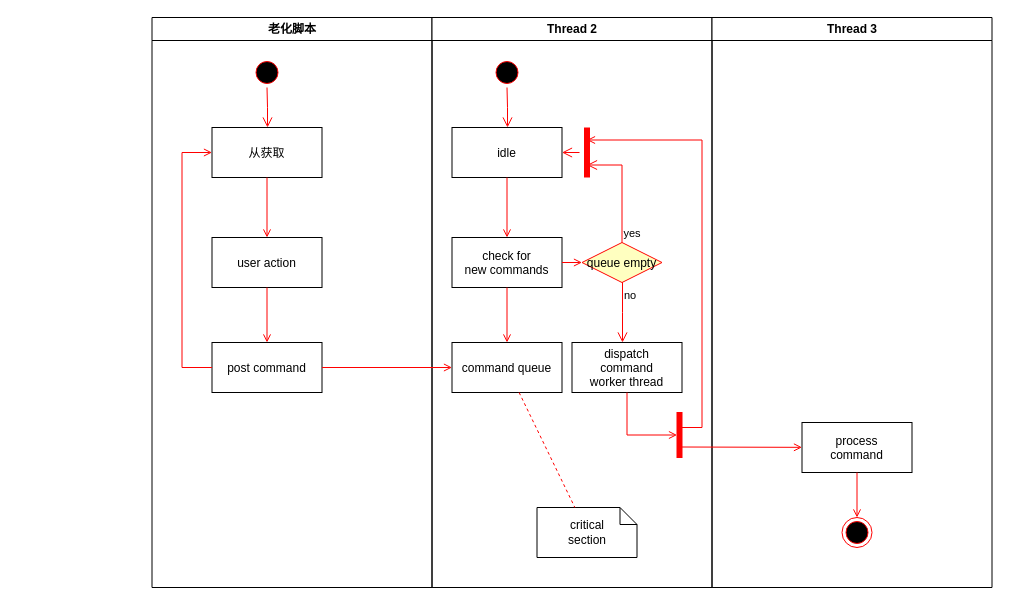
The draw.io diagram age_tool_install.drawio in bitdswrdl/age_tool, before the edit. Source tidied: cells renumbered, new cells numbered last; positions are measured from the earlier drawing's top-left corner, leaving out a move shared by most shapes. Both pictures are drawn from the tidied source at 100%, with x=0, y=0 at pixel (151, 17).
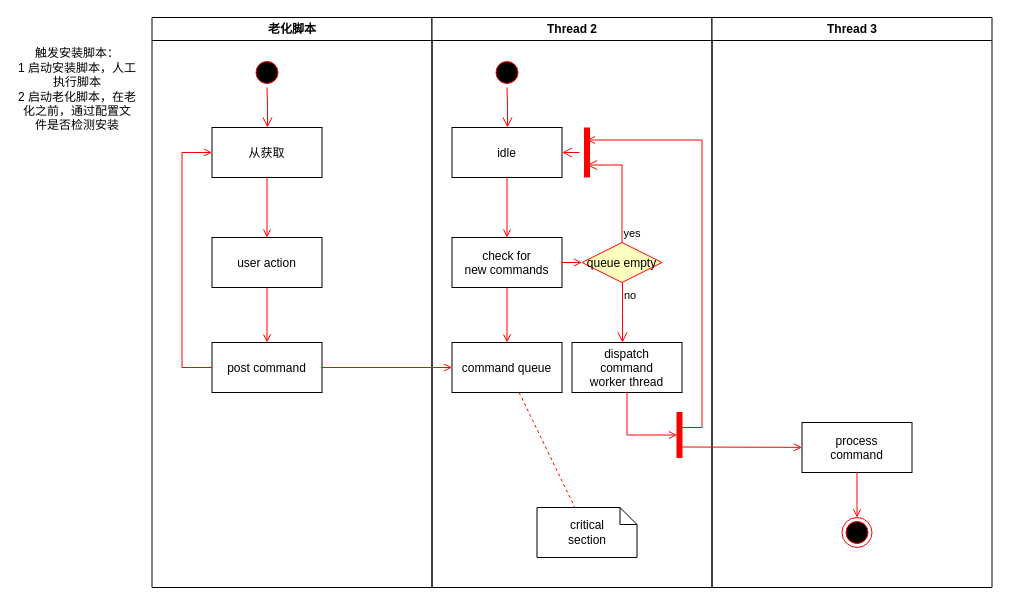
Above is the later version.

Commit message:
trig the shell to install aging tools

Change to the diagram source:
```diff
@@
+    <mxCell id="37" value="触发安装脚本：&lt;br&gt;1 启动安装脚本，人工执行脚本&lt;br&gt;2 启动老化脚本，在老化之前，通过配置文件是否检测安装" style="text;html=1;strokeColor=none;fillColor=none;align=center;verticalAlign=middle;whiteSpace=wrap;rounded=0;" parent="1" vertex="1">
+      <mxGeometry x="-134" y="12" width="120" height="120" as="geometry" />
+    </mxCell>
```
